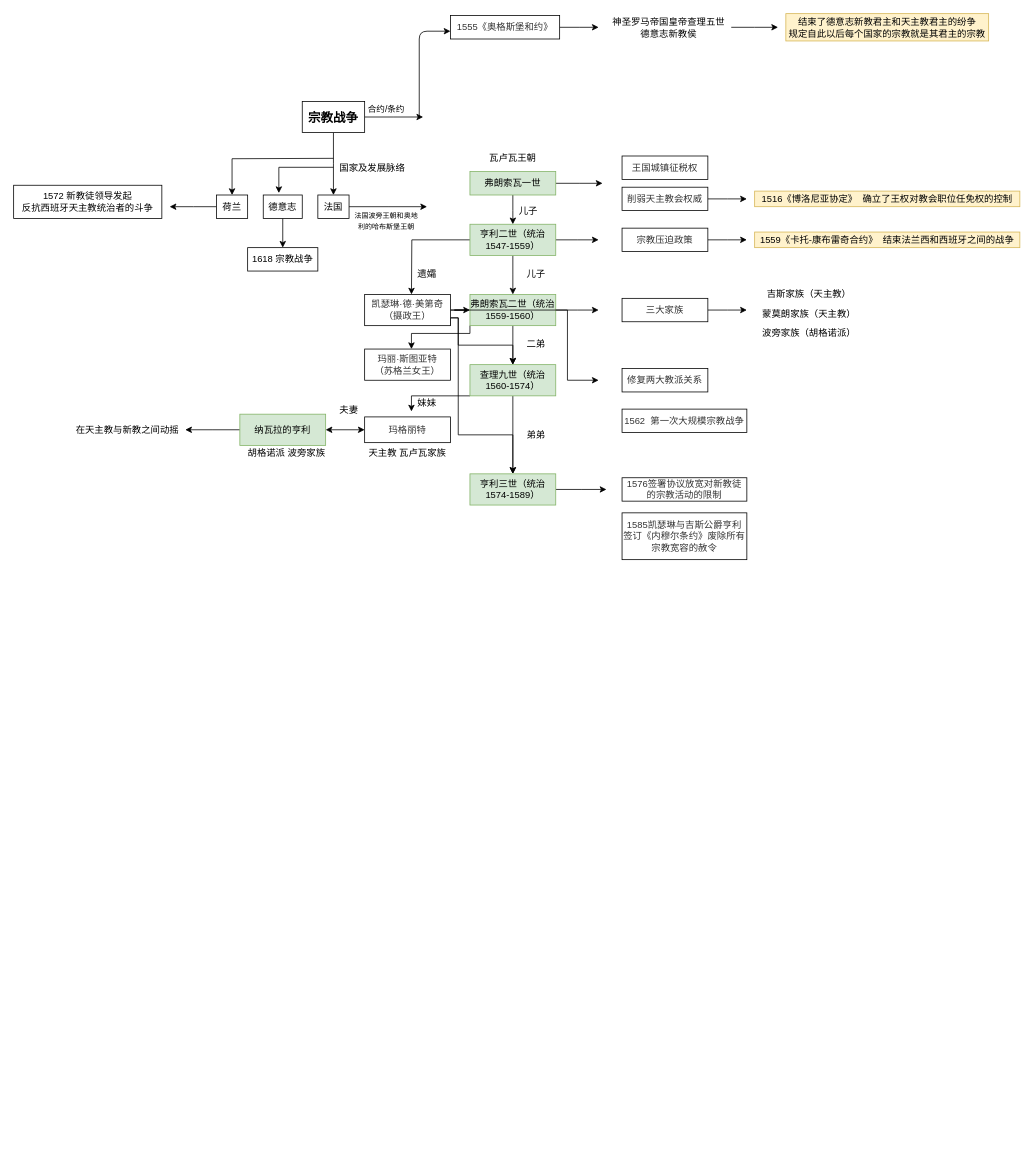
This is Untitled Diagram.drawio from Mary1206/-a, a draw.io file, before an edit. Source tidied: cells renumbered, new cells numbered last; positions are measured from the earlier drawing's top-left corner, leaving out a move shared by most shapes. Both pictures are drawn from the tidied source at 78%, with x=0, y=0 at pixel (13, 13).
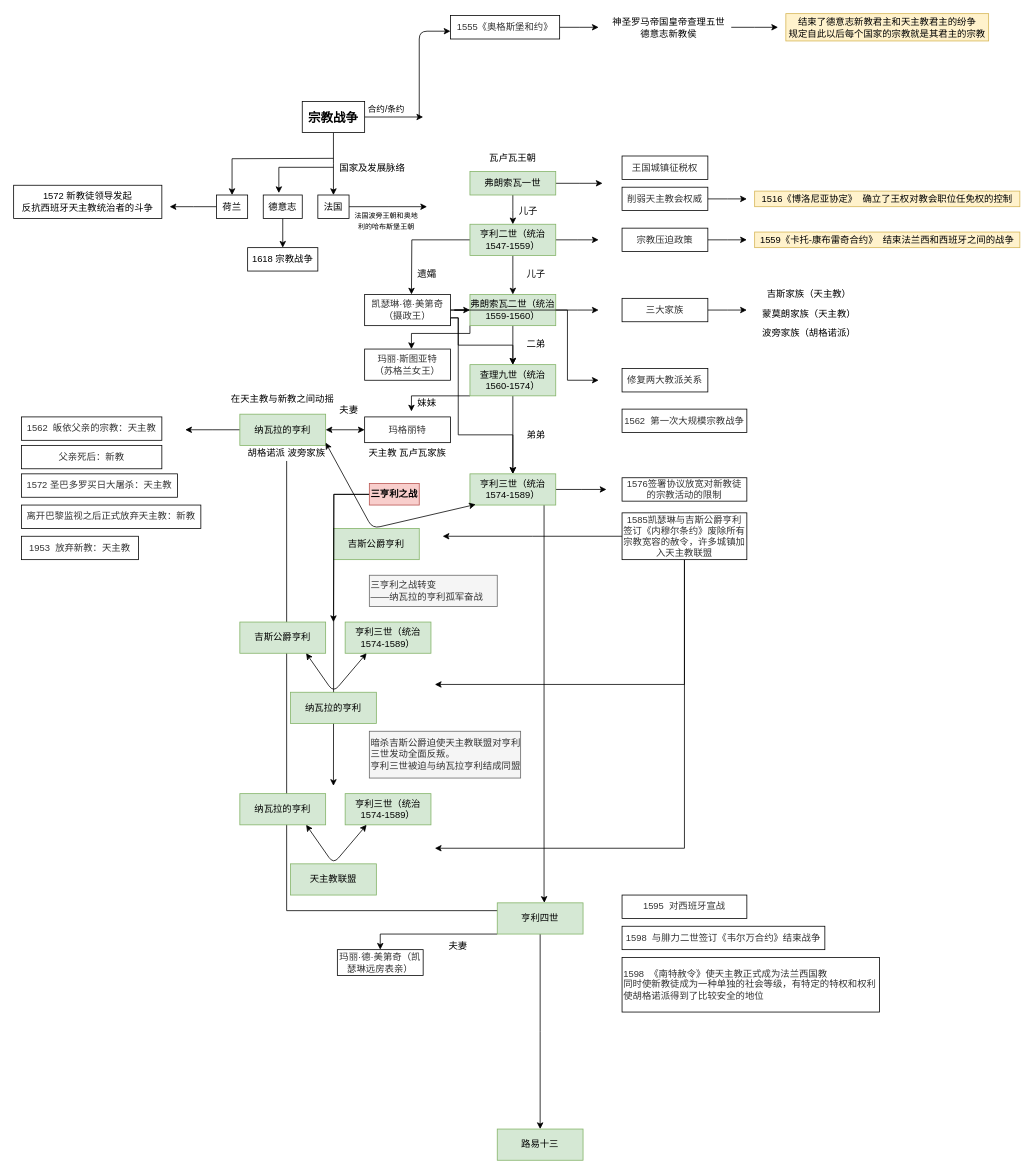
The same page after the edit.

Commit message:
宗教战争思维导图.drawio

Unchanged cells that the change refers to:
```xml
<mxCell id="70" value="胡格诺派 波旁家族" style="text;html=1;strokeColor=none;fillColor=none;align=center;verticalAlign=middle;whiteSpace=wrap;rounded=0;" parent="1" vertex="1">
  <mxGeometry x="270" y="553.5" width="160" height="20" as="geometry" />
</mxCell>
<mxCell id="72" value="亨利三世（统治1574-1589）" style="rounded=0;whiteSpace=wrap;html=1;fillColor=#d5e8d4;strokeColor=#82b366;" parent="1" vertex="1">
  <mxGeometry x="585" y="590" width="110" height="40" as="geometry" />
</mxCell>
```

Diff of the diagram source:
```diff
@@
-<mxGraphModel>
+<mxGraphModel background="#ffffff">
@@
+    <mxCell id="77" style="edgeStyle=orthogonalEdgeStyle;rounded=0;jettySize=auto;html=1;" parent="1" edge="1" source="70">
+      <mxGeometry relative="1" as="geometry">
+        <mxPoint x="680" y="1150" as="targetPoint" />
+        <Array as="points">
+          <mxPoint x="350" y="1150" />
+        </Array>
+      </mxGeometry>
+    </mxCell>
@@
+    <mxCell id="78" style="edgeStyle=orthogonalEdgeStyle;rounded=0;jettySize=auto;html=1;entryX=0.549;entryY=-0.001;entryDx=0;entryDy=0;entryPerimeter=0;" parent="1" edge="1" source="72" target="104">
+      <mxGeometry relative="1" as="geometry">
+        <Array as="points">
+          <mxPoint x="680" y="1130" />
+          <mxPoint x="680" y="1130" />
+        </Array>
+      </mxGeometry>
+    </mxCell>
@@
-    <mxCell id="73" value="弟弟" style="text;html=1;strokeColor=none;fillColor=none;align=center;verticalAlign=middle;whiteSpace=wrap;rounded=0;" parent="1" vertex="1">
-      <mxGeometry x="650" y="526" width="40" height="27.5" as="geometry" />
-    </mxCell>
@@
     <mxCell id="75" value="在天主教与新教之间动摇" style="text;html=1;strokeColor=none;fillColor=none;align=center;verticalAlign=middle;whiteSpace=wrap;rounded=0;" parent="1" vertex="1">
-      <mxGeometry x="66" y="523.5" width="160" height="20" as="geometry" />
+      <mxGeometry x="270" y="480" width="150" height="28.8" as="geometry" />
     </mxCell>
+    <mxCell id="79" style="edgeStyle=orthogonalEdgeStyle;rounded=0;jettySize=auto;html=1;" parent="1" edge="1" source="76">
+      <mxGeometry relative="1" as="geometry">
+        <mxPoint x="540" y="860" as="targetPoint" />
+        <Array as="points">
+          <mxPoint x="860" y="860" />
+          <mxPoint x="540" y="860" />
+        </Array>
+      </mxGeometry>
+    </mxCell>
+    <mxCell id="80" style="edgeStyle=orthogonalEdgeStyle;rounded=0;jettySize=auto;html=1;" parent="1" edge="1" source="76">
+      <mxGeometry relative="1" as="geometry">
+        <mxPoint x="540" y="1070" as="targetPoint" />
+        <Array as="points">
+          <mxPoint x="860" y="1070" />
+          <mxPoint x="540" y="1070" />
+        </Array>
+      </mxGeometry>
+    </mxCell>
+    <mxCell id="81" style="edgeStyle=orthogonalEdgeStyle;rounded=0;jettySize=auto;html=1;" parent="1" edge="1" source="76">
+      <mxGeometry relative="1" as="geometry">
+        <mxPoint x="550" y="670" as="targetPoint" />
+      </mxGeometry>
+    </mxCell>
-    <mxCell id="76" value="1585凯瑟琳与吉斯公爵亨利签订《内穆尔条约》废除所有宗教宽容的赦令" style="rounded=0;whiteSpace=wrap;html=1;fontColor=#333333;" parent="1" vertex="1">
+    <mxCell id="76" value="1585凯瑟琳与吉斯公爵亨利签订《内穆尔条约》废除所有宗教宽容的赦令，许多城镇加入天主教联盟" style="rounded=0;whiteSpace=wrap;html=1;fontColor=#333333;" parent="1" vertex="1">
       <mxGeometry x="780" y="640" width="160" height="60" as="geometry" />
     </mxCell>
+    <mxCell id="82" value="1562&amp;nbsp; 皈依父亲的宗教：天主教" style="rounded=0;whiteSpace=wrap;html=1;fontColor=#333333;" parent="1" vertex="1">
+      <mxGeometry x="10" y="517" width="180" height="30" as="geometry" />
+    </mxCell>
+    <mxCell id="83" value="父亲死后：新教" style="rounded=0;whiteSpace=wrap;html=1;fontColor=#333333;" parent="1" vertex="1">
+      <mxGeometry x="10" y="553.5" width="180" height="30" as="geometry" />
+    </mxCell>
+    <mxCell id="84" value="1572 圣巴多罗买日大屠杀：天主教" style="rounded=0;whiteSpace=wrap;html=1;fontColor=#333333;" parent="1" vertex="1">
+      <mxGeometry x="10" y="590" width="200" height="30" as="geometry" />
+    </mxCell>
+    <mxCell id="85" value="1953&amp;nbsp; 放弃新教：天主教" style="rounded=0;whiteSpace=wrap;html=1;fontColor=#333333;" parent="1" vertex="1">
+      <mxGeometry x="10" y="670" width="150" height="30" as="geometry" />
+    </mxCell>
+    <mxCell id="86" style="endArrow=classic;startArrow=classic;html=1;exitX=0.067;exitY=0.98;exitDx=0;exitDy=0;exitPerimeter=0;" parent="1" edge="1" source="72">
+      <mxGeometry relative="1" as="geometry">
+        <mxPoint x="400" y="550" as="targetPoint" />
+        <Array as="points">
+          <mxPoint x="460" y="660" />
+        </Array>
+      </mxGeometry>
+    </mxCell>
+    <mxCell id="87" value="吉斯公爵亨利" style="rounded=0;whiteSpace=wrap;html=1;fillColor=#d5e8d4;strokeColor=#82b366;" parent="1" vertex="1">
+      <mxGeometry x="410" y="660" width="110" height="40" as="geometry" />
+    </mxCell>
+    <mxCell id="88" value="弟弟" style="text;html=1;strokeColor=none;fillColor=none;align=center;verticalAlign=middle;whiteSpace=wrap;rounded=0;" parent="1" vertex="1">
+      <mxGeometry x="650" y="526" width="40" height="27.5" as="geometry" />
+    </mxCell>
+    <mxCell id="89" style="edgeStyle=orthogonalEdgeStyle;rounded=0;jettySize=auto;html=1;" parent="1" edge="1" source="73">
+      <mxGeometry relative="1" as="geometry">
+        <mxPoint x="410" y="780" as="targetPoint" />
+      </mxGeometry>
+    </mxCell>
+    <mxCell id="90" style="edgeStyle=orthogonalEdgeStyle;rounded=0;jettySize=auto;html=1;" parent="1" edge="1" source="73">
+      <mxGeometry relative="1" as="geometry">
+        <mxPoint x="410" y="990" as="targetPoint" />
+      </mxGeometry>
+    </mxCell>
+    <mxCell id="73" value="&lt;b&gt;三亨利之战&lt;/b&gt;" style="text;html=1;strokeColor=#b85450;fillColor=#f8cecc;align=center;verticalAlign=middle;whiteSpace=wrap;rounded=0;" parent="1" vertex="1">
+      <mxGeometry x="456" y="602.5" width="64" height="27.5" as="geometry" />
+    </mxCell>
+    <mxCell id="91" value="吉斯公爵亨利" style="rounded=0;whiteSpace=wrap;html=1;fillColor=#d5e8d4;strokeColor=#82b366;" parent="1" vertex="1">
+      <mxGeometry x="290" y="780" width="110" height="40" as="geometry" />
+    </mxCell>
+    <mxCell id="92" value="亨利三世（统治1574-1589）" style="rounded=0;whiteSpace=wrap;html=1;fillColor=#d5e8d4;strokeColor=#82b366;" parent="1" vertex="1">
+      <mxGeometry x="425" y="780" width="110" height="40" as="geometry" />
+    </mxCell>
+    <mxCell id="93" style="endArrow=classic;startArrow=classic;html=1;entryX=0.25;entryY=1;entryDx=0;entryDy=0;" parent="1" edge="1" target="92">
+      <mxGeometry relative="1" as="geometry">
+        <mxPoint x="375" y="820" as="sourcePoint" />
+        <Array as="points">
+          <mxPoint x="410" y="870" />
+        </Array>
+      </mxGeometry>
+    </mxCell>
+    <mxCell id="94" value="纳瓦拉的亨利" style="rounded=0;whiteSpace=wrap;html=1;fillColor=#d5e8d4;strokeColor=#82b366;" parent="1" vertex="1">
+      <mxGeometry x="355" y="870" width="110" height="40" as="geometry" />
+    </mxCell>
+    <mxCell id="95" value="&lt;div align=&quot;left&quot;&gt;三亨利之战转变&lt;/div&gt;&lt;div align=&quot;left&quot;&gt;——纳瓦拉的亨利孤军奋战&lt;/div&gt;" style="text;html=1;strokeColor=#666666;fillColor=#f5f5f5;align=left;verticalAlign=middle;whiteSpace=wrap;rounded=0;fontColor=#333333;" parent="1" vertex="1">
+      <mxGeometry x="456" y="720" width="164" height="40" as="geometry" />
+    </mxCell>
+    <mxCell id="96" value="暗杀吉斯公爵迫使天主教联盟对亨利三世发动全面反叛。&lt;br&gt;亨利三世被迫与纳瓦拉亨利结成同盟" style="text;html=1;strokeColor=#666666;fillColor=#f5f5f5;align=left;verticalAlign=middle;whiteSpace=wrap;rounded=0;fontColor=#333333;" parent="1" vertex="1">
+      <mxGeometry x="456" y="920" width="194" height="60" as="geometry" />
+    </mxCell>
+    <mxCell id="97" value="纳瓦拉的亨利" style="rounded=0;whiteSpace=wrap;html=1;fillColor=#d5e8d4;strokeColor=#82b366;" parent="1" vertex="1">
+      <mxGeometry x="290" y="1000" width="110" height="40" as="geometry" />
+    </mxCell>
+    <mxCell id="98" value="亨利三世（统治1574-1589）" style="rounded=0;whiteSpace=wrap;html=1;fillColor=#d5e8d4;strokeColor=#82b366;" parent="1" vertex="1">
+      <mxGeometry x="425" y="1000" width="110" height="40" as="geometry" />
+    </mxCell>
+    <mxCell id="99" style="endArrow=classic;startArrow=classic;html=1;entryX=0.25;entryY=1;entryDx=0;entryDy=0;" parent="1" edge="1" target="98">
+      <mxGeometry relative="1" as="geometry">
+        <mxPoint x="375" y="1040" as="sourcePoint" />
+        <Array as="points">
+          <mxPoint x="410" y="1090" />
+        </Array>
+      </mxGeometry>
+    </mxCell>
+    <mxCell id="100" value="天主教联盟" style="rounded=0;whiteSpace=wrap;html=1;fillColor=#d5e8d4;strokeColor=#82b366;" parent="1" vertex="1">
+      <mxGeometry x="355" y="1090" width="110" height="40" as="geometry" />
+    </mxCell>
+    <mxCell id="101" value="离开巴黎监视之后正式放弃天主教：新教" style="rounded=0;whiteSpace=wrap;html=1;fontColor=#333333;" parent="1" vertex="1">
+      <mxGeometry x="10" y="630" width="230" height="30" as="geometry" />
+    </mxCell>
+    <mxCell id="102" style="edgeStyle=orthogonalEdgeStyle;rounded=0;jettySize=auto;html=1;exitX=0;exitY=1;exitDx=0;exitDy=0;" parent="1" edge="1" source="104">
+      <mxGeometry relative="1" as="geometry">
+        <mxPoint x="470" y="1200" as="targetPoint" />
+        <Array as="points">
+          <mxPoint x="470" y="1180" />
+        </Array>
+      </mxGeometry>
+    </mxCell>
+    <mxCell id="103" style="edgeStyle=orthogonalEdgeStyle;rounded=0;jettySize=auto;html=1;" parent="1" edge="1" source="104">
+      <mxGeometry relative="1" as="geometry">
+        <mxPoint x="675" y="1430" as="targetPoint" />
+      </mxGeometry>
+    </mxCell>
+    <mxCell id="104" value="亨利四世" style="rounded=0;whiteSpace=wrap;html=1;fillColor=#d5e8d4;strokeColor=#82b366;" parent="1" vertex="1">
+      <mxGeometry x="620" y="1140" width="110" height="40" as="geometry" />
+    </mxCell>
+    <mxCell id="105" value="1595&amp;nbsp; 对西班牙宣战" style="rounded=0;whiteSpace=wrap;html=1;fontColor=#333333;" parent="1" vertex="1">
+      <mxGeometry x="780" y="1130" width="160" height="30" as="geometry" />
+    </mxCell>
+    <mxCell id="106" value="1598&amp;nbsp; 与腓力二世签订《韦尔万合约》结束战争" style="rounded=0;whiteSpace=wrap;html=1;fontColor=#333333;" parent="1" vertex="1">
+      <mxGeometry x="780" y="1170" width="260" height="30" as="geometry" />
+    </mxCell>
+    <mxCell id="107" value="&lt;div align=&quot;left&quot;&gt;1598&amp;nbsp; 《南特赦令》使天主教正式成为法兰西国教&lt;br&gt;同时使新教徒成为一种单独的社会等级，有特定的特权和权利&lt;br&gt;使胡格诺派得到了比较安全的地位&lt;/div&gt;" style="rounded=0;whiteSpace=wrap;html=1;fontColor=#333333;align=left;" parent="1" vertex="1">
+      <mxGeometry x="780" y="1210" width="330" height="70" as="geometry" />
+    </mxCell>
+    <mxCell id="108" value="玛丽·德·美第奇（凯瑟琳远房表亲）" style="rounded=0;whiteSpace=wrap;html=1;fontColor=#333333;" parent="1" vertex="1">
+      <mxGeometry x="415" y="1200" width="110" height="33" as="geometry" />
+    </mxCell>
+    <mxCell id="109" value="夫妻" style="text;html=1;strokeColor=none;fillColor=none;align=center;verticalAlign=middle;whiteSpace=wrap;rounded=0;" parent="1" vertex="1">
+      <mxGeometry x="550" y="1182.5" width="40" height="27.5" as="geometry" />
+    </mxCell>
+    <mxCell id="110" value="路易十三" style="rounded=0;whiteSpace=wrap;html=1;fillColor=#d5e8d4;strokeColor=#82b366;" parent="1" vertex="1">
+      <mxGeometry x="620" y="1430" width="110" height="40" as="geometry" />
+    </mxCell>
```
